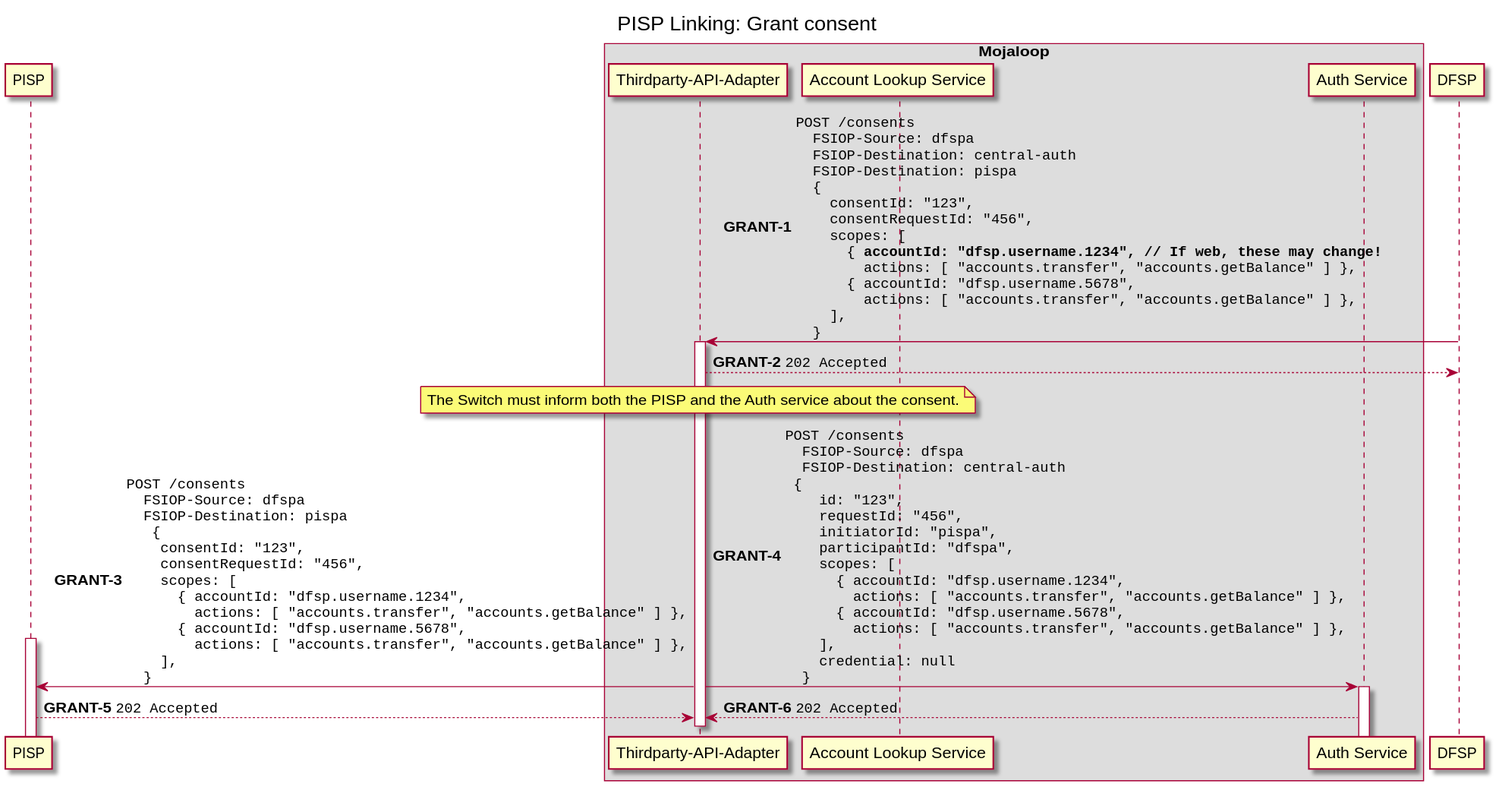
The PlantUML diagram docs/out/linking/4-grant-consent.svg in mojaloop/pisp-project, before a commit. Its source is kept beside it as docs/linking/4-grant-consent.puml. Its diagram source:
```plantuml
@startuml

!pragma teoz true

title PISP Linking: Grant consent

participant "PISP" as PISP

box "Mojaloop"
    participant "Thirdparty-API-Adapter" as Switch
    participant "Account Lookup Service" as ALS
    participant "Auth Service" as Auth
end box

participant "DFSP" as DFSP

autonumber 1 "<b>GRANT-#</b>"

DFSP -> Switch ++: ""POST /consents""\n\
""  FSIOP-Source: dfspa""\n\
""  FSIOP-Destination: central-auth""\n\
""  FSIOP-Destination: pispa""\n\
""  {""\n\
    ""  consentId: "123",""\n\
    ""  consentRequestId: "456",""\n\
    ""  scopes: [ ""\n\
    ""    { **accountId: "dfsp.username.1234", // If web, these may change!**""\n\
    ""      actions: [ "accounts.transfer", "accounts.getBalance" ] },""\n\
    ""    { accountId: "dfsp.username.5678",""\n\
    ""      actions: [ "accounts.transfer", "accounts.getBalance" ] },""\n\
    ""  ],""\n\
    ""}""
Switch --> DFSP: ""202 Accepted""
deactivate DFSP

note over Switch
  The Switch must inform both the PISP and the Auth service about the consent.
end note

Switch -> PISP ++: ""POST /consents""\n\
""  FSIOP-Source: dfspa""\n\
""  FSIOP-Destination: pispa""\n\
""   {""\n\
    ""  consentId: "123",""\n\
    ""  consentRequestId: "456",""\n\
    ""  scopes: [ ""\n\
    ""    { accountId: "dfsp.username.1234",""\n\
    ""      actions: [ "accounts.transfer", "accounts.getBalance" ] },""\n\
    ""    { accountId: "dfsp.username.5678",""\n\
    ""      actions: [ "accounts.transfer", "accounts.getBalance" ] },""\n\
    ""  ],""\n\
    ""}""
& Switch -> Auth ++: ""POST /consents""\n\
""  FSIOP-Source: dfspa""\n\
""  FSIOP-Destination: central-auth""\n\
"" {""\n\
    ""  id: "123",""\n\
    ""  requestId: "456",""\n\
    ""  initiatorId: "pispa",""\n\
    ""  participantId: "dfspa",""\n\
    ""  scopes: [ ""\n\
    ""    { accountId: "dfsp.username.1234",""\n\
    ""      actions: [ "accounts.transfer", "accounts.getBalance" ] },""\n\
    ""    { accountId: "dfsp.username.5678",""\n\
    ""      actions: [ "accounts.transfer", "accounts.getBalance" ] },""\n\
    ""  ],""\n\
    ""  credential: null""\n\
    ""}""

PISP --> Switch: ""202 Accepted""
& Auth --> Switch: ""202 Accepted""




deactivate Switch

@enduml
```
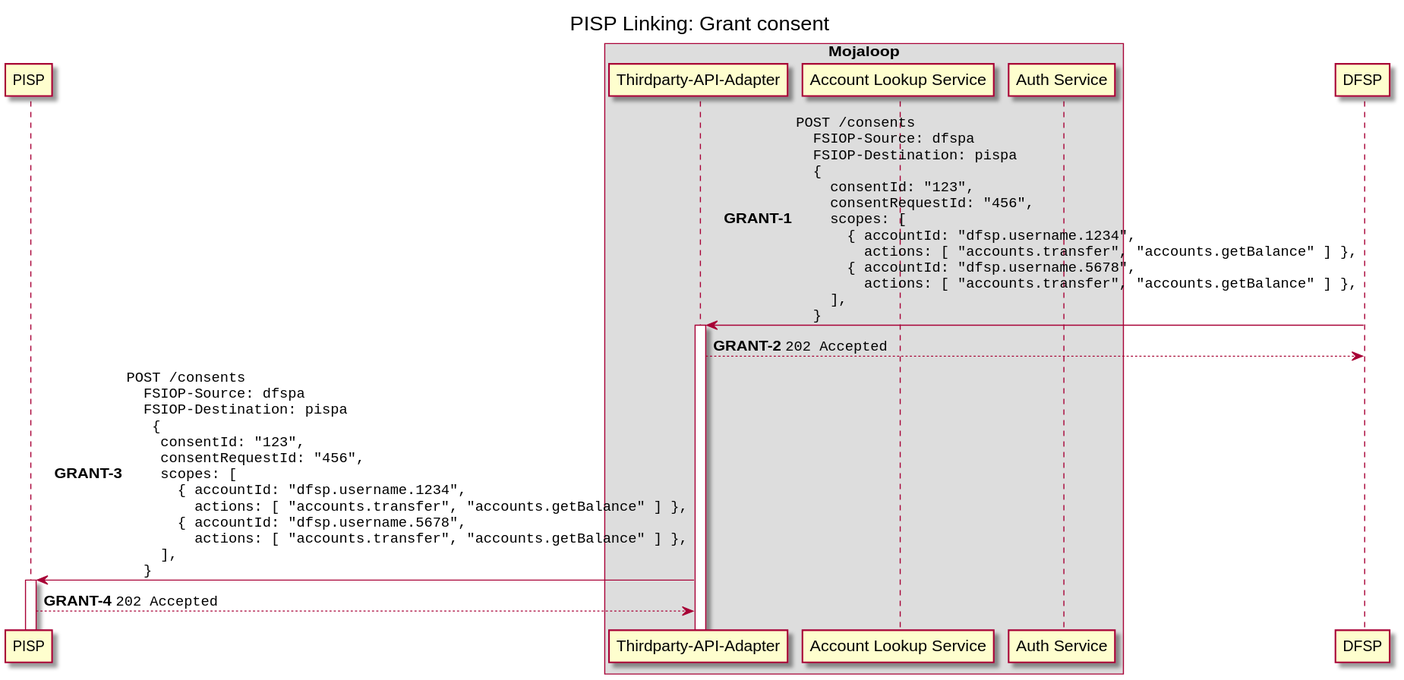
The same diagram one commit later.

Change to the diagram source:
```diff
@@ -18,13 +18,12 @@
 
 DFSP -> Switch ++: ""POST /consents""\n\
 ""  FSIOP-Source: dfspa""\n\
-""  FSIOP-Destination: central-auth""\n\
 ""  FSIOP-Destination: pispa""\n\
 ""  {""\n\
     ""  consentId: "123",""\n\
     ""  consentRequestId: "456",""\n\
     ""  scopes: [ ""\n\
-    ""    { **accountId: "dfsp.username.1234", // If web, these may change!**""\n\
+    ""    { accountId: "dfsp.username.1234",""\n\
     ""      actions: [ "accounts.transfer", "accounts.getBalance" ] },""\n\
     ""    { accountId: "dfsp.username.5678",""\n\
     ""      actions: [ "accounts.transfer", "accounts.getBalance" ] },""\n\
@@ -32,10 +31,6 @@
     ""}""
 Switch --> DFSP: ""202 Accepted""
 deactivate DFSP
-
-note over Switch
-  The Switch must inform both the PISP and the Auth service about the consent.
-end note
 
 Switch -> PISP ++: ""POST /consents""\n\
 ""  FSIOP-Source: dfspa""\n\
@@ -50,29 +45,7 @@
     ""      actions: [ "accounts.transfer", "accounts.getBalance" ] },""\n\
     ""  ],""\n\
     ""}""
-& Switch -> Auth ++: ""POST /consents""\n\
-""  FSIOP-Source: dfspa""\n\
-""  FSIOP-Destination: central-auth""\n\
-"" {""\n\
-    ""  id: "123",""\n\
-    ""  requestId: "456",""\n\
-    ""  initiatorId: "pispa",""\n\
-    ""  participantId: "dfspa",""\n\
-    ""  scopes: [ ""\n\
-    ""    { accountId: "dfsp.username.1234",""\n\
-    ""      actions: [ "accounts.transfer", "accounts.getBalance" ] },""\n\
-    ""    { accountId: "dfsp.username.5678",""\n\
-    ""      actions: [ "accounts.transfer", "accounts.getBalance" ] },""\n\
-    ""  ],""\n\
-    ""  credential: null""\n\
-    ""}""
 
 PISP --> Switch: ""202 Accepted""
-& Auth --> Switch: ""202 Accepted""
-
-
-
-
-deactivate Switch
 
 @enduml
```
